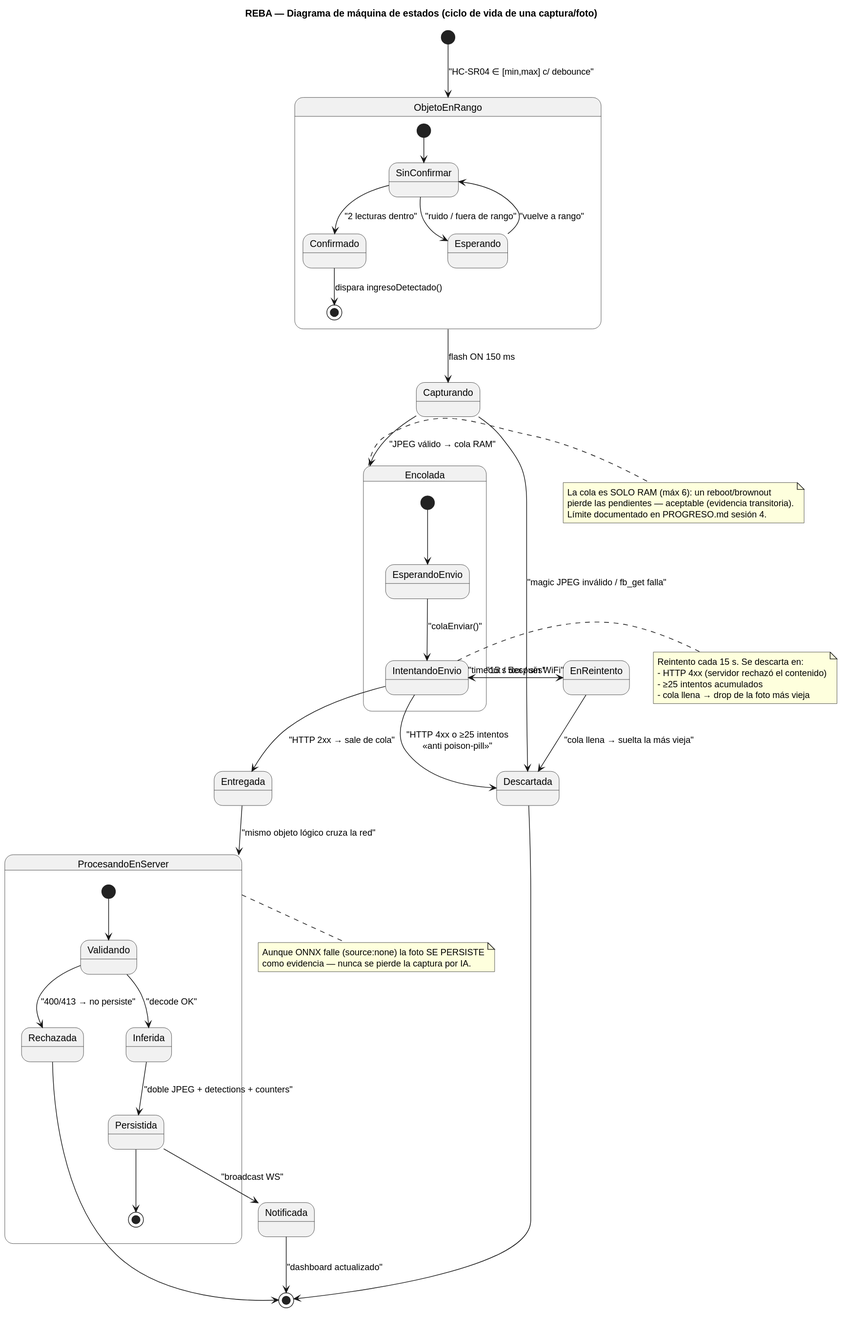
Above: docs/diagramas/uml/09_maquina_estados.svg in SebasHdez2006/reba_project (PlantUML), before the change.
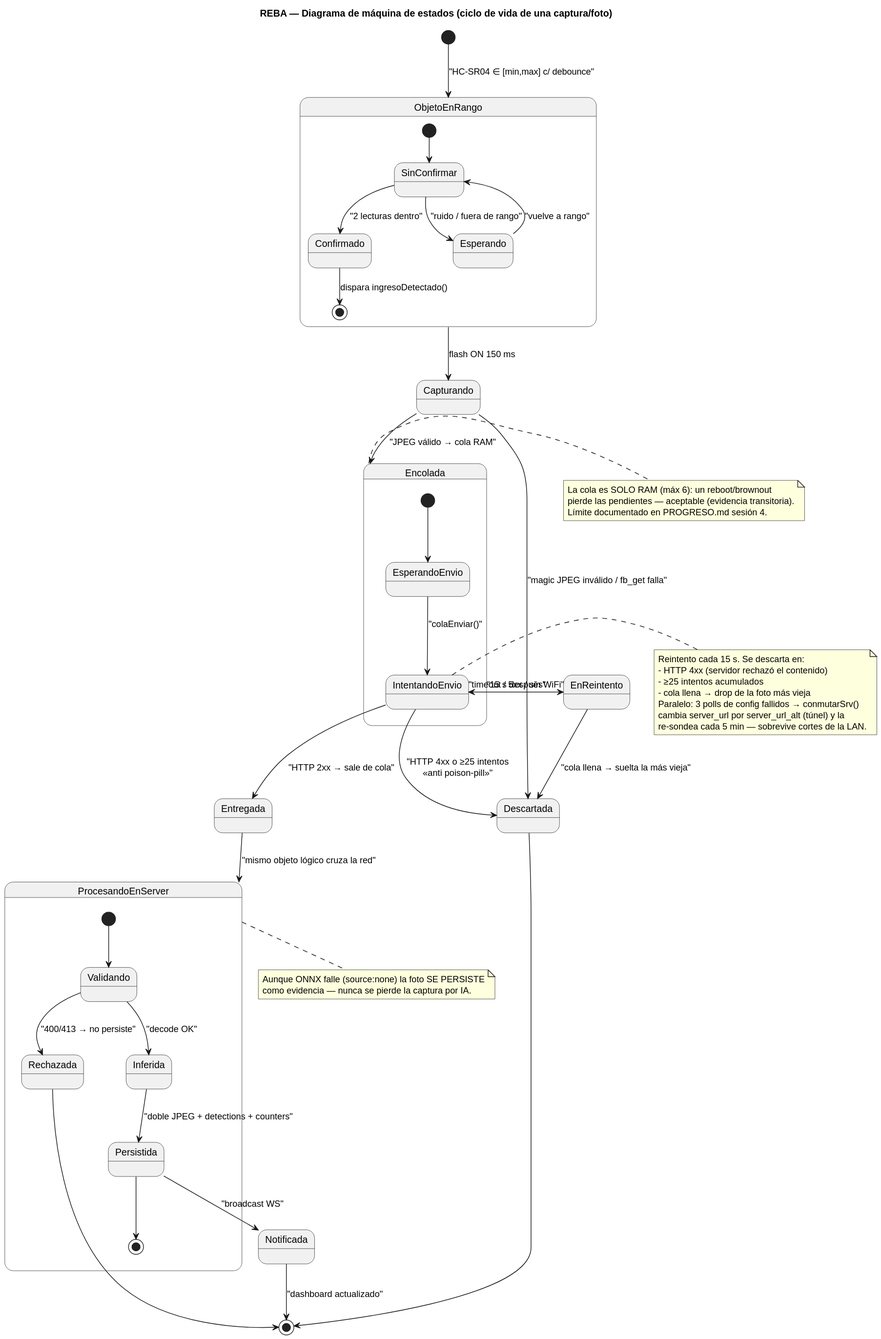
Later version of the same file.

What changed in the source:
```diff
@@ -53,6 +53,9 @@
   - HTTP 4xx (servidor rechazó el contenido)
   - ≥25 intentos acumulados
   - cola llena → drop de la foto más vieja
+  Paralelo: 3 polls de config fallidos → conmutarSrv()
+  cambia server_url por server_url_alt (túnel) y la
+  re-sondea cada 5 min — sobrevive cortes de la LAN.
 end note
 
 note bottom of ProcesandoEnServer
```
